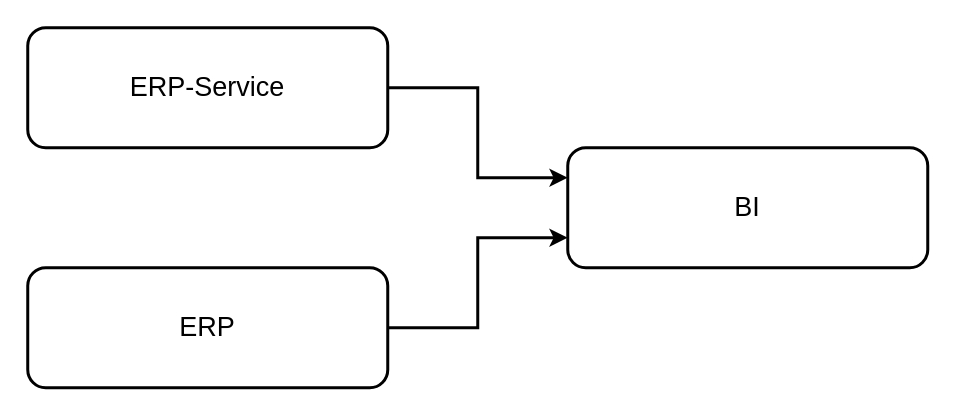
This is 未命名绘图.drawio from jackie-thank/beego-authz, a draw.io file, before an edit. Source tidied: cells renumbered, new cells numbered last; positions are measured from the earlier drawing's top-left corner, leaving out a move shared by most shapes. Both pictures are drawn from the tidied source at 150%, with x=0, y=0 at pixel (27, 27).
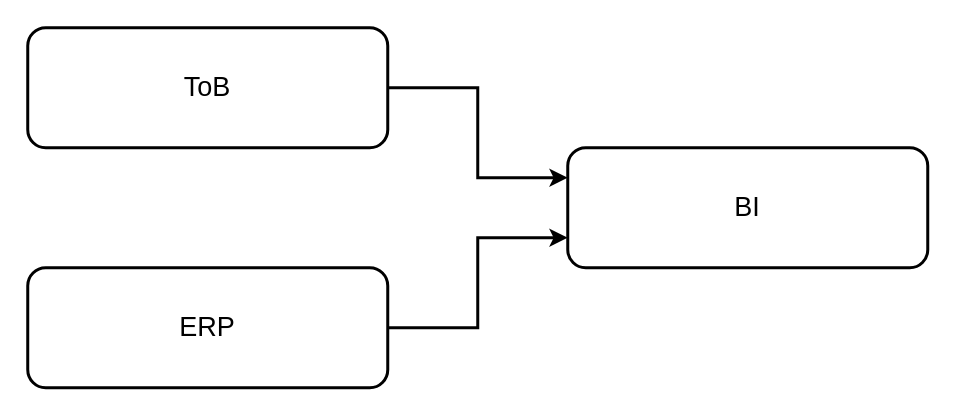
After the change.

Commit message (it also covers changes not shown here):
更新未命名绘图.drawio

What changed in the source:
```diff
@@
 <mxGraphModel>
   <root>
     <mxCell id="0" />
     <mxCell id="1" parent="0" />
     <mxCell id="2" style="edgeStyle=orthogonalEdgeStyle;rounded=0;jettySize=auto;html=1;exitX=1;exitY=0.5;exitDx=0;exitDy=0;entryX=0;entryY=0.25;entryDx=0;entryDy=0;strokeWidth=2;" parent="1" edge="1" source="3" target="6">
       <mxGeometry relative="1" as="geometry" />
     </mxCell>
-    <mxCell id="3" value="ERP-Service" style="rounded=1;whiteSpace=wrap;html=1;strokeWidth=2;fontSize=18;" parent="1" vertex="1">
+    <mxCell id="3" value="ToB" style="rounded=1;whiteSpace=wrap;html=1;strokeWidth=2;fontSize=18;" parent="1" vertex="1">
       <mxGeometry width="240" height="80" as="geometry" />
     </mxCell>
     <mxCell id="4" style="edgeStyle=orthogonalEdgeStyle;rounded=0;jettySize=auto;html=1;exitX=1;exitY=0.5;exitDx=0;exitDy=0;entryX=0;entryY=0.75;entryDx=0;entryDy=0;strokeWidth=2;" parent="1" edge="1" source="5" target="6">
       <mxGeometry relative="1" as="geometry" />
     </mxCell>
     <mxCell id="5" value="ERP" style="rounded=1;whiteSpace=wrap;html=1;strokeWidth=2;fontSize=18;" parent="1" vertex="1">
       <mxGeometry y="160" width="240" height="80" as="geometry" />
     </mxCell>
     <mxCell id="6" value="BI" style="rounded=1;whiteSpace=wrap;html=1;strokeWidth=2;fontSize=18;" parent="1" vertex="1">
       <mxGeometry x="360" y="80" width="240" height="80" as="geometry" />
     </mxCell>
   </root>
 </mxGraphModel>
```
